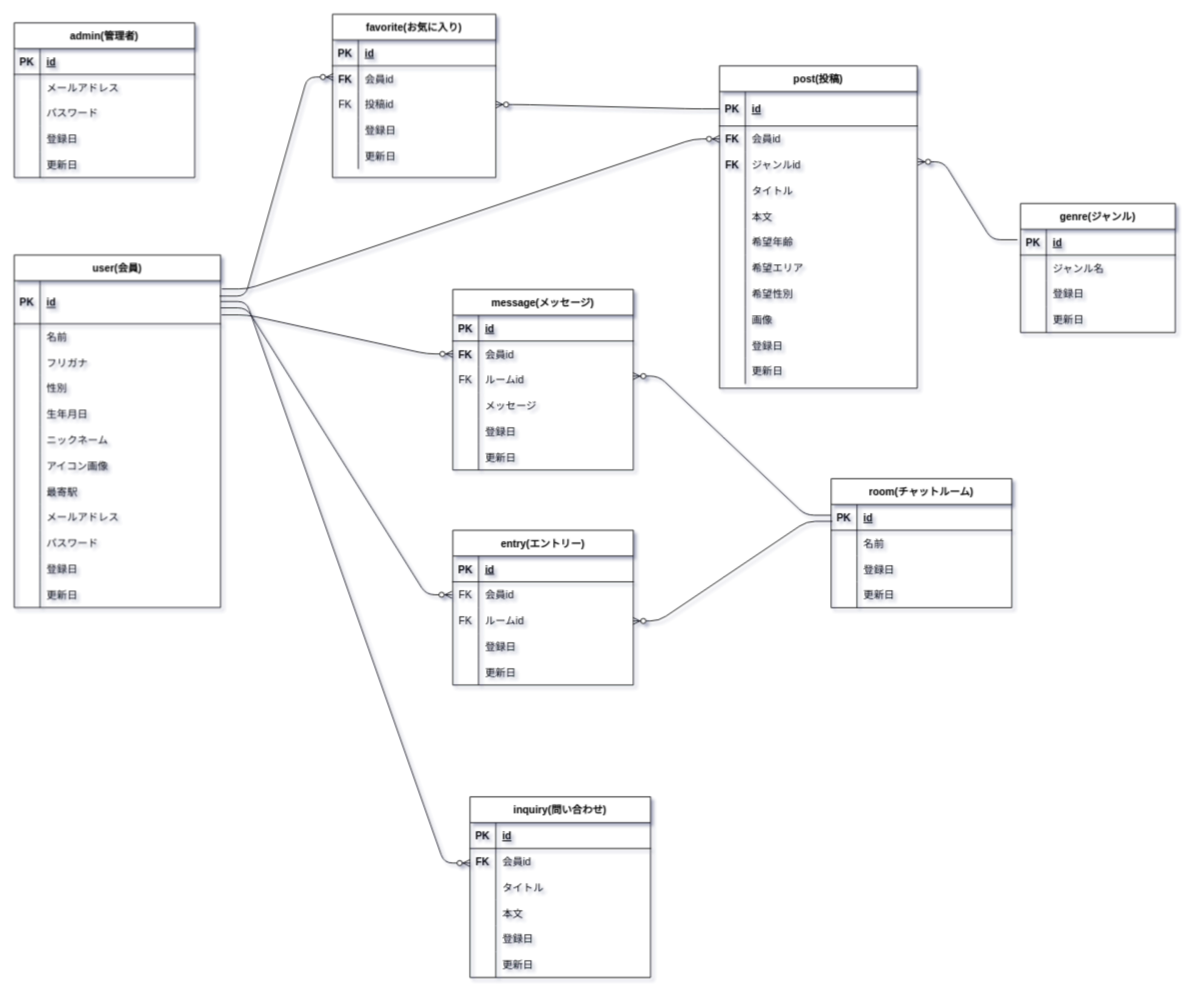
Above: enrich-ity.drawio in hapi190601/enrich-ity (draw.io), before the change. Source tidied: cells renumbered, new cells numbered last; positions are measured from the earlier drawing's top-left corner, leaving out a move shared by most shapes. Both pictures are drawn from the tidied source at 86%, with x=0, y=0 at pixel (14, 14).
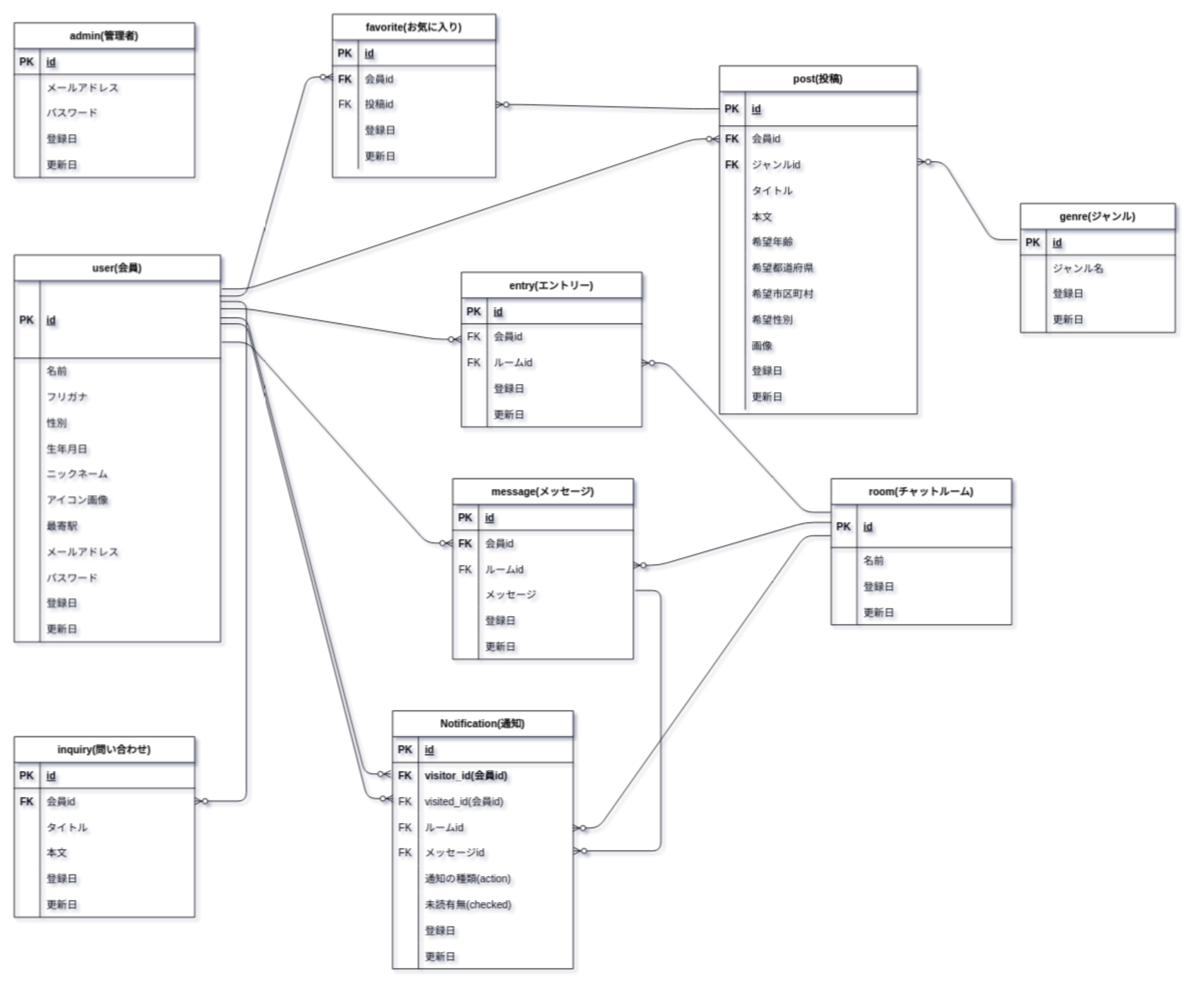
After the change.

Commit message:
ER図Notificationsテーブル追加

Unchanged cells that the change refers to:
```xml
<mxCell id="58" style="shape=partialRectangle;fillColor=none;top=0;left=0;bottom=0;right=0;" parent="39" vertex="1">
  <mxGeometry y="220" width="230" height="30" as="geometry" />
</mxCell>
<mxCell id="126" style="shape=partialRectangle;fillColor=none;top=0;left=0;bottom=0;right=0;points=[[0,0.5],[1,0.5]];portConstraint=eastwest;" parent="122" vertex="1">
  <mxGeometry y="60" width="210" height="30" as="geometry" />
</mxCell>
<mxCell id="168" style="shape=partialRectangle;fillColor=none;top=0;left=0;bottom=0;right=0;points=[[0,0.5],[1,0.5]];portConstraint=eastwest;" parent="161" vertex="1">
  <mxGeometry y="90" width="210" height="30" as="geometry" />
</mxCell>
```

What changed in the source:
```diff
@@
     <mxCell id="2" value="user(会員)" style="shape=table;startSize=30;childLayout=tableLayout;rowLines=0;fontStyle=1;align=center;" parent="1" vertex="1">
-      <mxGeometry y="280" width="240" height="410" as="geometry" />
+      <mxGeometry y="280" width="240" height="450" as="geometry" />
     </mxCell>
     <mxCell id="3" style="shape=partialRectangle;fillColor=none;top=0;left=0;bottom=1;right=0;points=[[0,0.5],[1,0.5]];portConstraint=eastwest;" parent="2" vertex="1">
-      <mxGeometry y="30" width="240" height="50" as="geometry" />
+      <mxGeometry y="30" width="240" height="90" as="geometry" />
     </mxCell>
     <mxCell id="4" value="PK" style="shape=partialRectangle;fillColor=none;top=0;left=0;bottom=0;right=0;fontStyle=1;overflow=hidden;" parent="3" vertex="1">
-      <mxGeometry width="30" height="50" as="geometry" />
+      <mxGeometry width="30" height="90" as="geometry" />
     </mxCell>
     <mxCell id="5" value="id" style="shape=partialRectangle;fillColor=none;top=0;left=0;bottom=0;right=0;align=left;spacingLeft=6;fontStyle=5;overflow=hidden;" parent="3" vertex="1">
-      <mxGeometry x="30" width="210" height="50" as="geometry" />
+      <mxGeometry x="30" width="210" height="90" as="geometry" />
     </mxCell>
     <mxCell id="6" style="shape=partialRectangle;fillColor=none;top=0;left=0;bottom=0;right=0;" parent="2" vertex="1">
-      <mxGeometry y="80" width="240" height="30" as="geometry" />
+      <mxGeometry y="120" width="240" height="30" as="geometry" />
     </mxCell>
@@
     <mxCell id="9" style="shape=partialRectangle;fillColor=none;top=0;left=0;bottom=0;right=0;" parent="2" vertex="1">
-      <mxGeometry y="110" width="240" height="30" as="geometry" />
+      <mxGeometry y="150" width="240" height="30" as="geometry" />
     </mxCell>
@@
     <mxCell id="12" style="shape=partialRectangle;fillColor=none;top=0;left=0;bottom=0;right=0;" parent="2" vertex="1">
-      <mxGeometry y="140" width="240" height="30" as="geometry" />
+      <mxGeometry y="180" width="240" height="30" as="geometry" />
     </mxCell>
@@
     <mxCell id="15" style="shape=partialRectangle;fillColor=none;top=0;left=0;bottom=0;right=0;" parent="2" vertex="1">
-      <mxGeometry y="170" width="240" height="30" as="geometry" />
+      <mxGeometry y="210" width="240" height="30" as="geometry" />
     </mxCell>
@@
     <mxCell id="18" style="shape=partialRectangle;fillColor=none;top=0;left=0;bottom=0;right=0;" parent="2" vertex="1">
-      <mxGeometry y="200" width="240" height="30" as="geometry" />
+      <mxGeometry y="240" width="240" height="30" as="geometry" />
     </mxCell>
@@
     <mxCell id="21" style="shape=partialRectangle;fillColor=none;top=0;left=0;bottom=0;right=0;" parent="2" vertex="1">
-      <mxGeometry y="230" width="240" height="30" as="geometry" />
+      <mxGeometry y="270" width="240" height="30" as="geometry" />
     </mxCell>
@@
     <mxCell id="24" style="shape=partialRectangle;fillColor=none;top=0;left=0;bottom=0;right=0;" parent="2" vertex="1">
-      <mxGeometry y="260" width="240" height="30" as="geometry" />
+      <mxGeometry y="300" width="240" height="30" as="geometry" />
     </mxCell>
@@
     <mxCell id="27" style="shape=partialRectangle;fillColor=none;top=0;left=0;bottom=0;right=0;" parent="2" vertex="1">
-      <mxGeometry y="290" width="240" height="30" as="geometry" />
+      <mxGeometry y="330" width="240" height="30" as="geometry" />
     </mxCell>
@@
     <mxCell id="30" style="shape=partialRectangle;fillColor=none;top=0;left=0;bottom=0;right=0;" parent="2" vertex="1">
-      <mxGeometry y="320" width="240" height="30" as="geometry" />
+      <mxGeometry y="360" width="240" height="30" as="geometry" />
     </mxCell>
@@
     <mxCell id="33" style="shape=partialRectangle;fillColor=none;top=0;left=0;bottom=0;right=0;" parent="2" vertex="1">
-      <mxGeometry y="350" width="240" height="30" as="geometry" />
+      <mxGeometry y="390" width="240" height="30" as="geometry" />
     </mxCell>
@@
     <mxCell id="36" style="shape=partialRectangle;fillColor=none;top=0;left=0;bottom=0;right=0;" parent="2" vertex="1">
-      <mxGeometry y="380" width="240" height="30" as="geometry" />
+      <mxGeometry y="420" width="240" height="30" as="geometry" />
     </mxCell>
@@
     <mxCell id="39" value="post(投稿)" style="shape=table;startSize=30;childLayout=tableLayout;rowLines=0;fontStyle=1;align=center;" parent="1" vertex="1">
-      <mxGeometry x="820" y="60" width="230" height="375" as="geometry" />
+      <mxGeometry x="820" y="60" width="230" height="405" as="geometry" />
     </mxCell>
@@
-    <mxCell id="60" value="希望エリア" style="shape=partialRectangle;fillColor=none;top=0;left=0;bottom=0;right=0;align=left;spacingLeft=6;overflow=hidden;" parent="58" vertex="1">
+    <mxCell id="60" value="希望都道府県" style="shape=partialRectangle;fillColor=none;top=0;left=0;bottom=0;right=0;align=left;spacingLeft=6;overflow=hidden;" parent="58" vertex="1">
       <mxGeometry x="30" width="200" height="30" as="geometry" />
     </mxCell>
+    <mxCell id="194" style="shape=partialRectangle;fillColor=none;top=0;left=0;bottom=0;right=0;" parent="39" vertex="1">
+      <mxGeometry y="250" width="230" height="30" as="geometry" />
+    </mxCell>
+    <mxCell id="195" style="shape=partialRectangle;fillColor=none;top=0;left=0;bottom=0;right=0;overflow=hidden;" parent="194" vertex="1">
+      <mxGeometry width="30" height="30" as="geometry" />
+    </mxCell>
+    <mxCell id="196" value="希望市区町村" style="shape=partialRectangle;fillColor=none;top=0;left=0;bottom=0;right=0;align=left;spacingLeft=6;overflow=hidden;" parent="194" vertex="1">
+      <mxGeometry x="30" width="200" height="30" as="geometry" />
+    </mxCell>
     <mxCell id="61" style="shape=partialRectangle;fillColor=none;top=0;left=0;bottom=0;right=0;" parent="39" vertex="1">
-      <mxGeometry y="250" width="230" height="30" as="geometry" />
+      <mxGeometry y="280" width="230" height="30" as="geometry" />
     </mxCell>
@@
     <mxCell id="64" style="shape=partialRectangle;fillColor=none;top=0;left=0;bottom=0;right=0;" parent="39" vertex="1">
-      <mxGeometry y="280" width="230" height="30" as="geometry" />
+      <mxGeometry y="310" width="230" height="30" as="geometry" />
     </mxCell>
@@
     <mxCell id="67" style="shape=partialRectangle;fillColor=none;top=0;left=0;bottom=0;right=0;" parent="39" vertex="1">
-      <mxGeometry y="310" width="230" height="30" as="geometry" />
+      <mxGeometry y="340" width="230" height="30" as="geometry" />
     </mxCell>
@@
     <mxCell id="70" style="shape=partialRectangle;fillColor=none;top=0;left=0;bottom=0;right=0;" parent="39" vertex="1">
-      <mxGeometry y="340" width="230" height="30" as="geometry" />
+      <mxGeometry y="370" width="230" height="30" as="geometry" />
     </mxCell>
@@
     <mxCell id="122" value="inquiry(問い合わせ)" style="shape=table;startSize=30;childLayout=tableLayout;rowLines=0;fontStyle=1;align=center;" parent="1" vertex="1">
-      <mxGeometry x="530" y="910" width="210" height="210" as="geometry" />
+      <mxGeometry y="840" width="210" height="210" as="geometry" />
     </mxCell>
@@
-    <mxCell id="141" style="edgeStyle=entityRelationEdgeStyle;fontSize=12;html=1;endArrow=ERzeroToMany;endFill=1;entryX=0;entryY=0.333;entryDx=0;entryDy=0;entryPerimeter=0;" parent="1" edge="1">
+    <mxCell id="141" style="edgeStyle=entityRelationEdgeStyle;fontSize=12;html=1;endArrow=ERzeroToMany;endFill=1;" parent="1" edge="1" target="126">
       <mxGeometry relative="1" as="geometry">
         <mxPoint x="240" y="334" as="sourcePoint" />
-        <mxPoint x="530" y="987" as="targetPoint" />
       </mxGeometry>
     </mxCell>
     <mxCell id="142" value="message(メッセージ)" style="shape=table;startSize=30;childLayout=tableLayout;rowLines=0;fontStyle=1;align=center;" parent="1" vertex="1">
-      <mxGeometry x="510" y="320" width="210" height="210" as="geometry" />
+      <mxGeometry x="510" y="540" width="210" height="210" as="geometry" />
     </mxCell>
@@
     <mxCell id="161" value="entry(エントリー)" style="shape=table;startSize=30;childLayout=tableLayout;rowLines=0;fontStyle=1;align=center;" parent="1" vertex="1">
-      <mxGeometry x="510" y="600" width="210" height="180" as="geometry" />
+      <mxGeometry x="520" y="300" width="210" height="180" as="geometry" />
     </mxCell>
@@
     <mxCell id="177" value="room(チャットルーム)" style="shape=table;startSize=30;childLayout=tableLayout;rowLines=0;fontStyle=1;align=center;" parent="1" vertex="1">
-      <mxGeometry x="950" y="540" width="210" height="150" as="geometry" />
+      <mxGeometry x="950" y="540" width="210" height="170" as="geometry" />
     </mxCell>
     <mxCell id="178" style="shape=partialRectangle;fillColor=none;top=0;left=0;bottom=1;right=0;points=[[0,0.5],[1,0.5]];portConstraint=eastwest;" parent="177" vertex="1">
-      <mxGeometry y="30" width="210" height="30" as="geometry" />
+      <mxGeometry y="30" width="210" height="50" as="geometry" />
     </mxCell>
     <mxCell id="179" value="PK" style="shape=partialRectangle;fillColor=none;top=0;left=0;bottom=0;right=0;fontStyle=1;overflow=hidden;" parent="178" vertex="1">
-      <mxGeometry width="30" height="30" as="geometry" />
+      <mxGeometry width="30" height="50" as="geometry" />
     </mxCell>
     <mxCell id="180" value="id" style="shape=partialRectangle;fillColor=none;top=0;left=0;bottom=0;right=0;align=left;spacingLeft=6;fontStyle=5;overflow=hidden;" parent="178" vertex="1">
-      <mxGeometry x="30" width="180" height="30" as="geometry" />
+      <mxGeometry x="30" width="180" height="50" as="geometry" />
     </mxCell>
     <mxCell id="181" style="shape=partialRectangle;fillColor=none;top=0;left=0;bottom=0;right=0;" parent="177" vertex="1">
-      <mxGeometry y="60" width="210" height="30" as="geometry" />
+      <mxGeometry y="80" width="210" height="30" as="geometry" />
     </mxCell>
@@
     <mxCell id="184" style="shape=partialRectangle;fillColor=none;top=0;left=0;bottom=0;right=0;" parent="177" vertex="1">
-      <mxGeometry y="90" width="210" height="30" as="geometry" />
+      <mxGeometry y="110" width="210" height="30" as="geometry" />
     </mxCell>
@@
     <mxCell id="187" style="shape=partialRectangle;fillColor=none;top=0;left=0;bottom=0;right=0;" parent="177" vertex="1">
-      <mxGeometry y="120" width="210" height="30" as="geometry" />
+      <mxGeometry y="140" width="210" height="30" as="geometry" />
     </mxCell>
@@
     <mxCell id="190" style="edgeStyle=entityRelationEdgeStyle;fontSize=12;html=1;endArrow=ERzeroToMany;endFill=1;exitX=1.005;exitY=0.627;exitDx=0;exitDy=0;exitPerimeter=0;" parent="1" edge="1">
       <mxGeometry relative="1" as="geometry">
-        <mxPoint x="240.2" y="341.4" as="sourcePoint" />
-        <mxPoint x="509" y="675" as="targetPoint" />
+        <mxPoint x="240.2" y="342.4" as="sourcePoint" />
+        <mxPoint x="520" y="378" as="targetPoint" />
       </mxGeometry>
     </mxCell>
@@
-    <mxCell id="193" style="edgeStyle=entityRelationEdgeStyle;fontSize=12;html=1;endArrow=ERzeroToMany;endFill=1;entryX=0.998;entryY=0.516;entryDx=0;entryDy=0;entryPerimeter=0;exitX=0.007;exitY=0.653;exitDx=0;exitDy=0;exitPerimeter=0;" parent="1" edge="1" source="178" target="168">
+    <mxCell id="193" style="edgeStyle=entityRelationEdgeStyle;fontSize=12;html=1;endArrow=ERzeroToMany;endFill=1;entryX=0.998;entryY=0.516;entryDx=0;entryDy=0;entryPerimeter=0;exitX=-0.003;exitY=0.183;exitDx=0;exitDy=0;exitPerimeter=0;" parent="1" edge="1" source="178" target="168">
       <mxGeometry relative="1" as="geometry" />
     </mxCell>
+    <mxCell id="197" value="Notification(通知)" style="shape=table;startSize=30;childLayout=tableLayout;rowLines=0;fontStyle=1;align=center;" parent="1" vertex="1">
+      <mxGeometry x="440" y="810" width="210" height="300" as="geometry" />
+    </mxCell>
+    <mxCell id="198" style="shape=partialRectangle;fillColor=none;top=0;left=0;bottom=1;right=0;" parent="197" vertex="1">
+      <mxGeometry y="30" width="210" height="30" as="geometry" />
+    </mxCell>
+    <mxCell id="199" value="PK" style="shape=partialRectangle;fillColor=none;top=0;left=0;bottom=0;right=0;fontStyle=1;overflow=hidden;" parent="198" vertex="1">
+      <mxGeometry width="30" height="30" as="geometry" />
+    </mxCell>
+    <mxCell id="200" value="id" style="shape=partialRectangle;fillColor=none;top=0;left=0;bottom=0;right=0;align=left;spacingLeft=6;fontStyle=5;overflow=hidden;" parent="198" vertex="1">
+      <mxGeometry x="30" width="180" height="30" as="geometry" />
+    </mxCell>
+    <mxCell id="201" style="shape=partialRectangle;fillColor=none;top=0;left=0;bottom=0;right=0;points=[[0,0.5],[1,0.5]];portConstraint=eastwest;" parent="197" vertex="1">
+      <mxGeometry y="60" width="210" height="30" as="geometry" />
+    </mxCell>
+    <mxCell id="202" value="FK" style="shape=partialRectangle;fillColor=none;top=0;left=0;bottom=0;right=0;overflow=hidden;fontStyle=1;" parent="201" vertex="1">
+      <mxGeometry width="30" height="30" as="geometry" />
+    </mxCell>
+    <mxCell id="203" value="visitor_id(会員id)" style="shape=partialRectangle;fillColor=none;top=0;left=0;bottom=0;right=0;align=left;spacingLeft=6;overflow=hidden;fontStyle=1;" parent="201" vertex="1">
+      <mxGeometry x="30" width="180" height="30" as="geometry" />
+    </mxCell>
+    <mxCell id="204" style="shape=partialRectangle;fillColor=none;top=0;left=0;bottom=0;right=0;points=[[0,0.5],[1,0.5]];portConstraint=eastwest;" parent="197" vertex="1">
+      <mxGeometry y="90" width="210" height="30" as="geometry" />
+    </mxCell>
+    <mxCell id="205" value="FK" style="shape=partialRectangle;fillColor=none;top=0;left=0;bottom=0;right=0;overflow=hidden;" parent="204" vertex="1">
+      <mxGeometry width="30" height="30" as="geometry" />
+    </mxCell>
+    <mxCell id="206" value="visited_id(会員id)" style="shape=partialRectangle;fillColor=none;top=0;left=0;bottom=0;right=0;align=left;spacingLeft=6;overflow=hidden;" parent="204" vertex="1">
+      <mxGeometry x="30" width="180" height="30" as="geometry" />
+    </mxCell>
+    <mxCell id="207" style="shape=partialRectangle;fillColor=none;top=0;left=0;bottom=0;right=0;points=[[0,0.5],[1,0.5]];portConstraint=eastwest;" parent="197" vertex="1">
+      <mxGeometry y="120" width="210" height="30" as="geometry" />
+    </mxCell>
+    <mxCell id="208" value="FK" style="shape=partialRectangle;fillColor=none;top=0;left=0;bottom=0;right=0;overflow=hidden;" parent="207" vertex="1">
+      <mxGeometry width="30" height="30" as="geometry" />
+    </mxCell>
+    <mxCell id="209" value="ルームid" style="shape=partialRectangle;fillColor=none;top=0;left=0;bottom=0;right=0;align=left;spacingLeft=6;overflow=hidden;" parent="207" vertex="1">
+      <mxGeometry x="30" width="180" height="30" as="geometry" />
+    </mxCell>
+    <mxCell id="210" style="shape=partialRectangle;fillColor=none;top=0;left=0;bottom=0;right=0;points=[[0,0.5],[1,0.5]];portConstraint=eastwest;" parent="197" vertex="1">
+      <mxGeometry y="150" width="210" height="30" as="geometry" />
+    </mxCell>
+    <mxCell id="211" value="FK" style="shape=partialRectangle;fillColor=none;top=0;left=0;bottom=0;right=0;overflow=hidden;" parent="210" vertex="1">
+      <mxGeometry width="30" height="30" as="geometry" />
+    </mxCell>
+    <mxCell id="212" value="メッセージid" style="shape=partialRectangle;fillColor=none;top=0;left=0;bottom=0;right=0;align=left;spacingLeft=6;overflow=hidden;" parent="210" vertex="1">
+      <mxGeometry x="30" width="180" height="30" as="geometry" />
+    </mxCell>
+    <mxCell id="213" style="shape=partialRectangle;fillColor=none;top=0;left=0;bottom=0;right=0;" parent="197" vertex="1">
+      <mxGeometry y="180" width="210" height="30" as="geometry" />
+    </mxCell>
+    <mxCell id="214" style="shape=partialRectangle;fillColor=none;top=0;left=0;bottom=0;right=0;overflow=hidden;" parent="213" vertex="1">
+      <mxGeometry width="30" height="30" as="geometry" />
+    </mxCell>
+    <mxCell id="215" value="通知の種類(action)" style="shape=partialRectangle;fillColor=none;top=0;left=0;bottom=0;right=0;align=left;spacingLeft=6;overflow=hidden;" parent="213" vertex="1">
+      <mxGeometry x="30" width="180" height="30" as="geometry" />
+    </mxCell>
+    <mxCell id="216" style="shape=partialRectangle;fillColor=none;top=0;left=0;bottom=0;right=0;" parent="197" vertex="1">
+      <mxGeometry y="210" width="210" height="30" as="geometry" />
+    </mxCell>
+    <mxCell id="217" style="shape=partialRectangle;fillColor=none;top=0;left=0;bottom=0;right=0;overflow=hidden;" parent="216" vertex="1">
+      <mxGeometry width="30" height="30" as="geometry" />
+    </mxCell>
+    <mxCell id="218" value="未読有無(checked)" style="shape=partialRectangle;fillColor=none;top=0;left=0;bottom=0;right=0;align=left;spacingLeft=6;overflow=hidden;" parent="216" vertex="1">
+      <mxGeometry x="30" width="180" height="30" as="geometry" />
+    </mxCell>
+    <mxCell id="219" style="shape=partialRectangle;fillColor=none;top=0;left=0;bottom=0;right=0;" parent="197" vertex="1">
+      <mxGeometry y="240" width="210" height="30" as="geometry" />
+    </mxCell>
+    <mxCell id="220" style="shape=partialRectangle;fillColor=none;top=0;left=0;bottom=0;right=0;overflow=hidden;" parent="219" vertex="1">
+      <mxGeometry width="30" height="30" as="geometry" />
+    </mxCell>
+    <mxCell id="221" value="登録日" style="shape=partialRectangle;fillColor=none;top=0;left=0;bottom=0;right=0;align=left;spacingLeft=6;overflow=hidden;" parent="219" vertex="1">
+      <mxGeometry x="30" width="180" height="30" as="geometry" />
+    </mxCell>
+    <mxCell id="222" style="shape=partialRectangle;fillColor=none;top=0;left=0;bottom=0;right=0;" parent="197" vertex="1">
+      <mxGeometry y="270" width="210" height="30" as="geometry" />
+    </mxCell>
+    <mxCell id="223" style="shape=partialRectangle;fillColor=none;top=0;left=0;bottom=0;right=0;overflow=hidden;" parent="222" vertex="1">
+      <mxGeometry width="30" height="30" as="geometry" />
+    </mxCell>
+    <mxCell id="224" value="更新日" style="shape=partialRectangle;fillColor=none;top=0;left=0;bottom=0;right=0;align=left;spacingLeft=6;overflow=hidden;" parent="222" vertex="1">
+      <mxGeometry x="30" width="180" height="30" as="geometry" />
+    </mxCell>
+    <mxCell id="225" style="edgeStyle=entityRelationEdgeStyle;fontSize=12;html=1;endArrow=ERzeroToMany;endFill=1;entryX=-0.01;entryY=0.448;entryDx=0;entryDy=0;entryPerimeter=0;" parent="1" edge="1" target="201">
+      <mxGeometry relative="1" as="geometry">
+        <mxPoint x="240" y="353" as="sourcePoint" />
+      </mxGeometry>
+    </mxCell>
+    <mxCell id="226" style="edgeStyle=entityRelationEdgeStyle;fontSize=12;html=1;endArrow=ERzeroToMany;endFill=1;entryX=0.003;entryY=0.4;entryDx=0;entryDy=0;entryPerimeter=0;" parent="1" edge="1" target="204">
+      <mxGeometry relative="1" as="geometry">
+        <mxPoint x="240" y="360" as="sourcePoint" />
+      </mxGeometry>
+    </mxCell>
+    <mxCell id="227" style="edgeStyle=entityRelationEdgeStyle;fontSize=12;html=1;endArrow=ERzeroToMany;endFill=1;entryX=0.997;entryY=0.543;entryDx=0;entryDy=0;entryPerimeter=0;exitX=-0.003;exitY=0.726;exitDx=0;exitDy=0;exitPerimeter=0;" parent="1" edge="1" source="178" target="207">
+      <mxGeometry relative="1" as="geometry" />
+    </mxCell>
+    <mxCell id="228" style="edgeStyle=entityRelationEdgeStyle;fontSize=12;html=1;endArrow=ERzeroToMany;endFill=1;entryX=1.003;entryY=0.429;entryDx=0;entryDy=0;entryPerimeter=0;" parent="1" edge="1" target="210">
+      <mxGeometry relative="1" as="geometry">
+        <mxPoint x="722" y="670" as="sourcePoint" />
+      </mxGeometry>
+    </mxCell>
```
